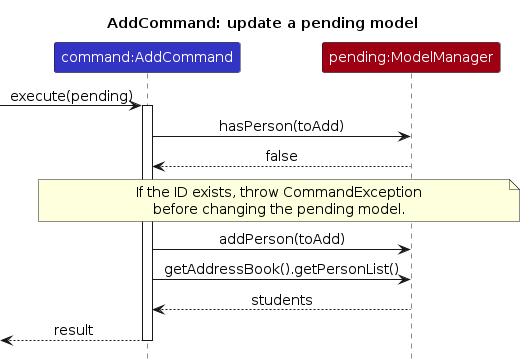
The PlantUML diagram diagrams/AddSequenceDiagram.png in AY2627S1-CS2103T-F12-1/tp, before a commit. Its source is kept beside it as diagrams/AddSequenceDiagram.puml. Its diagram source:
```plantuml
@startuml
!include style.puml
skinparam ArrowFontStyle plain

title AddCommand: update a pending model
participant "command:AddCommand" as Command LOGIC_COLOR
participant "pending:ModelManager" as Model MODEL_COLOR
[-> Command : execute(pending)
activate Command
Command -> Model : hasPerson(toAdd)
Model --> Command : false
note over Command, Model
If the ID exists, throw CommandException
before changing the pending model.
end note
Command -> Model : addPerson(toAdd)
Command -> Model : getAddressBook().getPersonList()
Model --> Command : students
[<-- Command : result
deactivate Command
@enduml
```
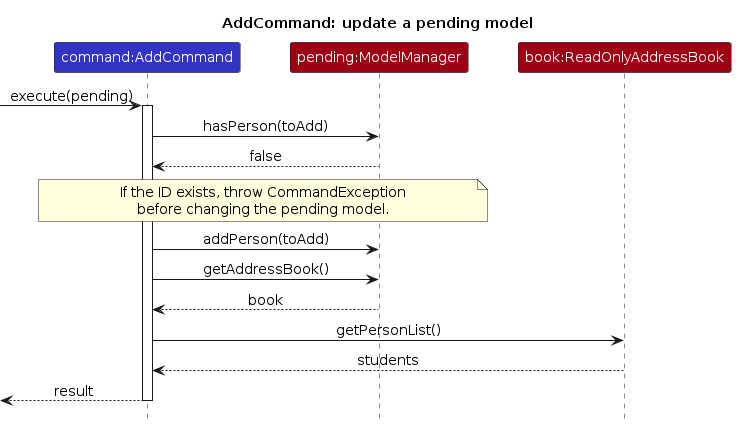
The same file after the commit.

What changed in the source:
```diff
@@ -5,6 +5,7 @@
 title AddCommand: update a pending model
 participant "command:AddCommand" as Command LOGIC_COLOR
 participant "pending:ModelManager" as Model MODEL_COLOR
+participant "book:ReadOnlyAddressBook" as Book MODEL_COLOR
 [-> Command : execute(pending)
 activate Command
 Command -> Model : hasPerson(toAdd)
@@ -14,8 +15,10 @@
 before changing the pending model.
 end note
 Command -> Model : addPerson(toAdd)
-Command -> Model : getAddressBook().getPersonList()
-Model --> Command : students
+Command -> Model : getAddressBook()
+Model --> Command : book
+Command -> Book : getPersonList()
+Book --> Command : students
 [<-- Command : result
 deactivate Command
 @enduml
```
